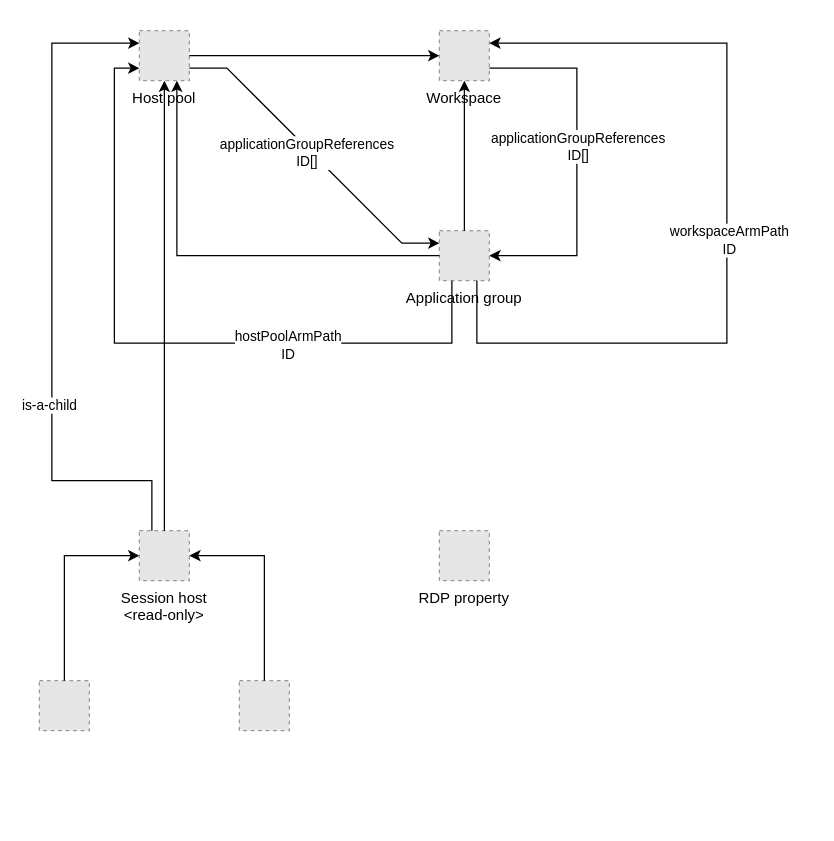
Before: page "ARM" (1 of 2) of Azure/Azure Virtual Desktop.drawio in jikuja/diagrams.net, a draw.io diagram. Source tidied: cells renumbered, new cells numbered last; positions are measured from the earlier drawing's top-left corner, leaving out a move shared by most shapes. Both pictures are drawn from the tidied source at 125%, with x=0, y=0 at pixel (39, 30). Pictures stored in the file or linked from it are replaced by grey dashed boxes.
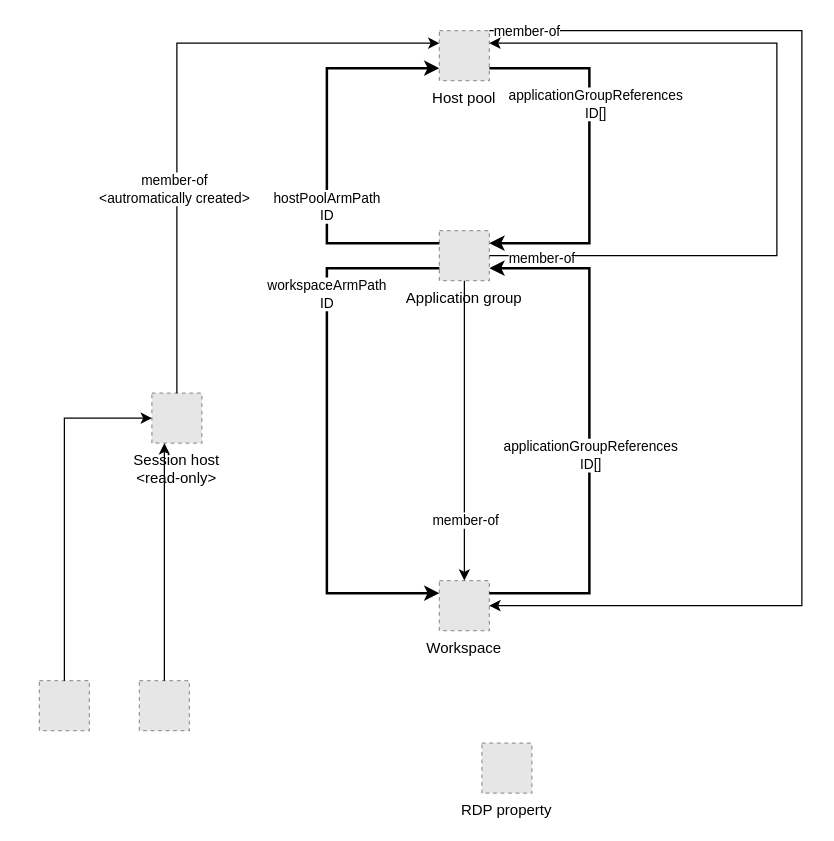
The same diagram, later.

The change refers to these unchanged cells:
```xml
<mxCell id="4" value="Application group" style="fillColor=#E6E6E6;strokeColor=#999999;dashed=1;verticalLabelPosition=bottom;align=center;verticalAlign=top;" parent="1" vertex="1">
  <mxGeometry x="320" y="160" width="40" height="40" as="geometry" />
</mxCell>
<mxCell id="7" style="fillColor=#E6E6E6;strokeColor=#999999;dashed=1;verticalLabelPosition=bottom;align=center;verticalAlign=top;" parent="1" vertex="1">
  <mxGeometry y="520" width="40" height="40" as="geometry" />
</mxCell>
<mxCell id="12" style="edgeStyle=orthogonalEdgeStyle;rounded=0;jettySize=auto;html=1;" parent="9" edge="1" source="4" target="3">
  <mxGeometry relative="1" as="geometry" />
</mxCell>
```

Change to the diagram source:
```diff
@@
     <mxCell id="2" value="Host pool" style="fillColor=#E6E6E6;strokeColor=#999999;dashed=1;verticalLabelPosition=bottom;align=center;verticalAlign=top;" parent="1" vertex="1">
-      <mxGeometry x="80" width="40" height="40" as="geometry" />
+      <mxGeometry x="320" width="40" height="40" as="geometry" />
     </mxCell>
     <mxCell id="3" value="Workspace" style="fillColor=#E6E6E6;strokeColor=#999999;dashed=1;verticalLabelPosition=bottom;align=center;verticalAlign=top;" parent="1" vertex="1">
-      <mxGeometry x="320" width="40" height="40" as="geometry" />
+      <mxGeometry x="320" y="440" width="40" height="40" as="geometry" />
     </mxCell>
@@
     <mxCell id="5" value="RDP property" style="fillColor=#E6E6E6;strokeColor=#999999;dashed=1;verticalLabelPosition=bottom;align=center;verticalAlign=top;" parent="1" vertex="1">
-      <mxGeometry x="320" y="400" width="40" height="40" as="geometry" />
+      <mxGeometry x="354" y="570" width="40" height="40" as="geometry" />
     </mxCell>
     <mxCell id="6" value="Session host&#10;&lt;read-only&gt;" style="fillColor=#E6E6E6;strokeColor=#999999;dashed=1;verticalLabelPosition=bottom;align=center;verticalAlign=top;" parent="1" vertex="1">
-      <mxGeometry x="80" y="400" width="40" height="40" as="geometry" />
+      <mxGeometry x="90" y="290" width="40" height="40" as="geometry" />
     </mxCell>
@@
     <mxCell id="8" style="fillColor=#E6E6E6;strokeColor=#999999;dashed=1;verticalLabelPosition=bottom;align=center;verticalAlign=top;" parent="1" vertex="1">
-      <mxGeometry x="160" y="520" width="40" height="40" as="geometry" />
+      <mxGeometry x="80" y="520" width="40" height="40" as="geometry" />
     </mxCell>
@@
-    <mxCell id="10" style="edgeStyle=orthogonalEdgeStyle;rounded=0;jettySize=auto;html=1;" parent="9" edge="1" source="2" target="3">
-      <mxGeometry relative="1" as="geometry" />
+    <mxCell id="10" style="edgeStyle=orthogonalEdgeStyle;rounded=0;jettySize=auto;html=1;exitX=1;exitY=0;exitDx=0;exitDy=0;" parent="9" edge="1" source="2" target="3">
+      <mxGeometry relative="1" as="geometry">
+        <Array as="points">
+          <mxPoint x="610" />
+          <mxPoint x="610" y="460" />
+        </Array>
+      </mxGeometry>
     </mxCell>
+    <mxCell id="33" value="member-of" style="edgeLabel;html=1;align=center;verticalAlign=middle;" parent="10" vertex="1">
+      <mxGeometry x="-0.94" relative="1" as="geometry" />
+    </mxCell>
-    <mxCell id="11" style="rounded=0;jettySize=auto;html=1;entryX=0.75;entryY=1;entryDx=0;entryDy=0;edgeStyle=orthogonalEdgeStyle;" parent="9" edge="1" source="4" target="2">
-      <mxGeometry relative="1" as="geometry" />
+    <mxCell id="11" style="rounded=0;jettySize=auto;html=1;entryX=1;entryY=0.25;entryDx=0;entryDy=0;edgeStyle=orthogonalEdgeStyle;" parent="9" edge="1" source="4" target="2">
+      <mxGeometry relative="1" as="geometry">
+        <Array as="points">
+          <mxPoint x="590" y="180" />
+          <mxPoint x="590" y="10" />
+        </Array>
+      </mxGeometry>
     </mxCell>
+    <mxCell id="34" value="member-of" style="edgeLabel;html=1;align=center;verticalAlign=middle;" parent="11" vertex="1">
+      <mxGeometry x="-0.87" y="-1" relative="1" as="geometry" />
+    </mxCell>
@@
-    <mxCell id="13" style="edgeStyle=orthogonalEdgeStyle;rounded=0;jettySize=auto;html=1;" parent="9" edge="1" source="6" target="2">
-      <mxGeometry relative="1" as="geometry" />
-    </mxCell>
+    <mxCell id="35" value="member-of" style="edgeLabel;html=1;align=center;verticalAlign=middle;" parent="12" vertex="1">
+      <mxGeometry x="0.59" relative="1" as="geometry" />
+    </mxCell>
-    <mxCell id="14" style="edgeStyle=orthogonalEdgeStyle;rounded=0;jettySize=auto;html=1;entryX=1;entryY=0.5;entryDx=0;entryDy=0;" parent="9" edge="1" source="8" target="6">
+    <mxCell id="14" style="edgeStyle=orthogonalEdgeStyle;rounded=0;jettySize=auto;html=1;entryX=0.25;entryY=1;entryDx=0;entryDy=0;" parent="9" edge="1" source="8" target="6">
       <mxGeometry relative="1" as="geometry">
         <Array as="points">
-          <mxPoint x="180" y="420" />
+          <mxPoint x="100" y="450" />
+          <mxPoint x="100" y="450" />
         </Array>
       </mxGeometry>
     </mxCell>
     <mxCell id="15" style="edgeStyle=orthogonalEdgeStyle;rounded=0;jettySize=auto;html=1;entryX=0;entryY=0.5;entryDx=0;entryDy=0;" parent="9" edge="1" source="7" target="6">
       <mxGeometry relative="1" as="geometry">
         <Array as="points">
-          <mxPoint x="20" y="420" />
+          <mxPoint x="20" y="310" />
         </Array>
       </mxGeometry>
     </mxCell>
+    <mxCell id="31" style="edgeStyle=orthogonalEdgeStyle;rounded=0;jettySize=auto;html=1;entryX=0;entryY=0.25;entryDx=0;entryDy=0;exitX=0.5;exitY=0;exitDx=0;exitDy=0;" parent="9" edge="1" source="6" target="2">
+      <mxGeometry relative="1" as="geometry">
+        <Array as="points">
+          <mxPoint x="110" y="10" />
+        </Array>
+      </mxGeometry>
+    </mxCell>
+    <mxCell id="32" value="member-of&lt;div&gt;&amp;lt;autromatically created&amp;gt;&lt;/div&gt;" style="edgeLabel;html=1;align=center;verticalAlign=middle;" parent="31" vertex="1">
+      <mxGeometry x="-0.33" y="3" relative="1" as="geometry" />
+    </mxCell>
@@
-    <mxCell id="23" style="edgeStyle=orthogonalEdgeStyle;rounded=0;jettySize=auto;html=1;entryX=1;entryY=0.5;entryDx=0;entryDy=0;" parent="16" edge="1" source="3" target="4">
+    <mxCell id="23" style="edgeStyle=orthogonalEdgeStyle;rounded=0;jettySize=auto;html=1;entryX=1;entryY=0.75;entryDx=0;entryDy=0;exitX=1;exitY=0.25;exitDx=0;exitDy=0;strokeWidth=2;" parent="16" edge="1" source="3" target="4">
       <mxGeometry relative="1" as="geometry">
         <Array as="points">
-          <mxPoint x="430" y="30" />
-          <mxPoint x="430" y="180" />
+          <mxPoint x="440" y="450" />
+          <mxPoint x="440" y="190" />
         </Array>
       </mxGeometry>
     </mxCell>
@@
-    <mxCell id="25" style="edgeStyle=entityRelationEdgeStyle;rounded=0;jettySize=auto;html=1;entryX=0;entryY=0.25;entryDx=0;entryDy=0;exitX=1;exitY=0.75;exitDx=0;exitDy=0;" parent="16" edge="1" source="2" target="4">
+    <mxCell id="25" style="edgeStyle=orthogonalEdgeStyle;rounded=0;jettySize=auto;html=1;exitX=1;exitY=0.75;exitDx=0;exitDy=0;entryX=1;entryY=0.25;entryDx=0;entryDy=0;strokeWidth=2;" parent="16" edge="1" source="2" target="4">
       <mxGeometry relative="1" as="geometry">
         <Array as="points">
-          <mxPoint x="140" y="30" />
+          <mxPoint x="440" y="30" />
+          <mxPoint x="440" y="170" />
         </Array>
       </mxGeometry>
     </mxCell>
     <mxCell id="26" value="applicationGroupReferences&lt;div&gt;ID[]&lt;/div&gt;" style="edgeLabel;html=1;align=center;verticalAlign=middle;" parent="25" vertex="1">
-      <mxGeometry x="-0.05" y="-3" relative="1" as="geometry" />
+      <mxGeometry x="-0.05" y="-3" relative="1" as="geometry">
+        <mxPoint x="7" y="-35" as="offset" />
+      </mxGeometry>
     </mxCell>
-    <mxCell id="27" style="edgeStyle=orthogonalEdgeStyle;rounded=0;jettySize=auto;html=1;entryX=0;entryY=0.75;entryDx=0;entryDy=0;" parent="16" edge="1" source="4" target="2">
+    <mxCell id="27" style="edgeStyle=orthogonalEdgeStyle;rounded=0;jettySize=auto;html=1;entryX=0;entryY=0.75;entryDx=0;entryDy=0;exitX=0;exitY=0.25;exitDx=0;exitDy=0;strokeWidth=2;" parent="16" edge="1" source="4" target="2">
       <mxGeometry relative="1" as="geometry">
         <Array as="points">
-          <mxPoint x="330" y="250" />
-          <mxPoint x="60" y="250" />
-          <mxPoint x="60" y="30" />
+          <mxPoint x="230" y="170" />
+          <mxPoint x="230" y="30" />
         </Array>
       </mxGeometry>
     </mxCell>
     <mxCell id="28" value="hostPoolArmPath&lt;div&gt;ID&lt;/div&gt;" style="edgeLabel;html=1;align=center;verticalAlign=middle;" parent="27" vertex="1">
-      <mxGeometry x="-0.35" y="1" relative="1" as="geometry" />
+      <mxGeometry x="-0.35" y="1" relative="1" as="geometry">
+        <mxPoint y="-16" as="offset" />
+      </mxGeometry>
     </mxCell>
-    <mxCell id="29" style="edgeStyle=orthogonalEdgeStyle;rounded=0;jettySize=auto;html=1;exitX=0.75;exitY=1;exitDx=0;exitDy=0;entryX=1;entryY=0.25;entryDx=0;entryDy=0;" parent="16" edge="1" source="4" target="3">
+    <mxCell id="29" style="edgeStyle=orthogonalEdgeStyle;rounded=0;jettySize=auto;html=1;exitX=0;exitY=0.75;exitDx=0;exitDy=0;entryX=0;entryY=0.25;entryDx=0;entryDy=0;strokeWidth=2;" parent="16" edge="1" source="4" target="3">
       <mxGeometry relative="1" as="geometry">
         <Array as="points">
-          <mxPoint x="350" y="250" />
-          <mxPoint x="550" y="250" />
-          <mxPoint x="550" y="10" />
+          <mxPoint x="230" y="190" />
+          <mxPoint x="230" y="450" />
         </Array>
       </mxGeometry>
     </mxCell>
     <mxCell id="30" value="workspaceArmPath&lt;div&gt;ID&lt;/div&gt;" style="edgeLabel;html=1;align=center;verticalAlign=middle;" parent="29" vertex="1">
-      <mxGeometry x="-0.02" y="-1" relative="1" as="geometry" />
+      <mxGeometry x="-0.02" y="-1" relative="1" as="geometry">
+        <mxPoint y="-106" as="offset" />
+      </mxGeometry>
     </mxCell>
-    <mxCell id="31" style="edgeStyle=orthogonalEdgeStyle;rounded=0;jettySize=auto;html=1;entryX=0;entryY=0.25;entryDx=0;entryDy=0;" parent="16" edge="1" source="6" target="2">
-      <mxGeometry relative="1" as="geometry">
-        <Array as="points">
-          <mxPoint x="90" y="360" />
-          <mxPoint x="10" y="360" />
-          <mxPoint x="10" y="10" />
-        </Array>
-      </mxGeometry>
-    </mxCell>
-    <mxCell id="32" value="is-a-child" style="edgeLabel;html=1;align=center;verticalAlign=middle;" parent="31" vertex="1">
-      <mxGeometry x="-0.33" y="3" relative="1" as="geometry" />
-    </mxCell>
```
